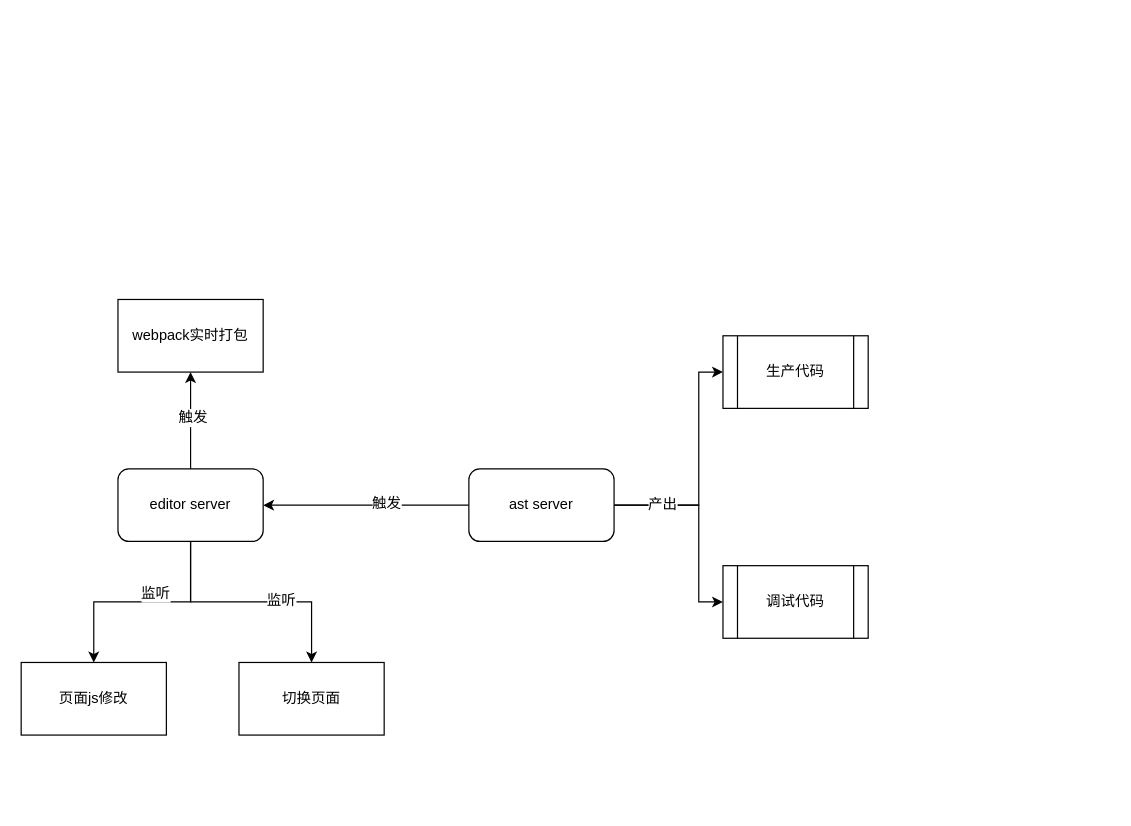
Above: lowcode-flow.drawio in lokewei/draw.io (draw.io), before the change. Source tidied: cells renumbered, new cells numbered last; positions are measured from the earlier drawing's top-left corner, leaving out a move shared by most shapes. Both pictures are drawn from the tidied source at 121%, with x=0, y=0 at pixel (21, 299).
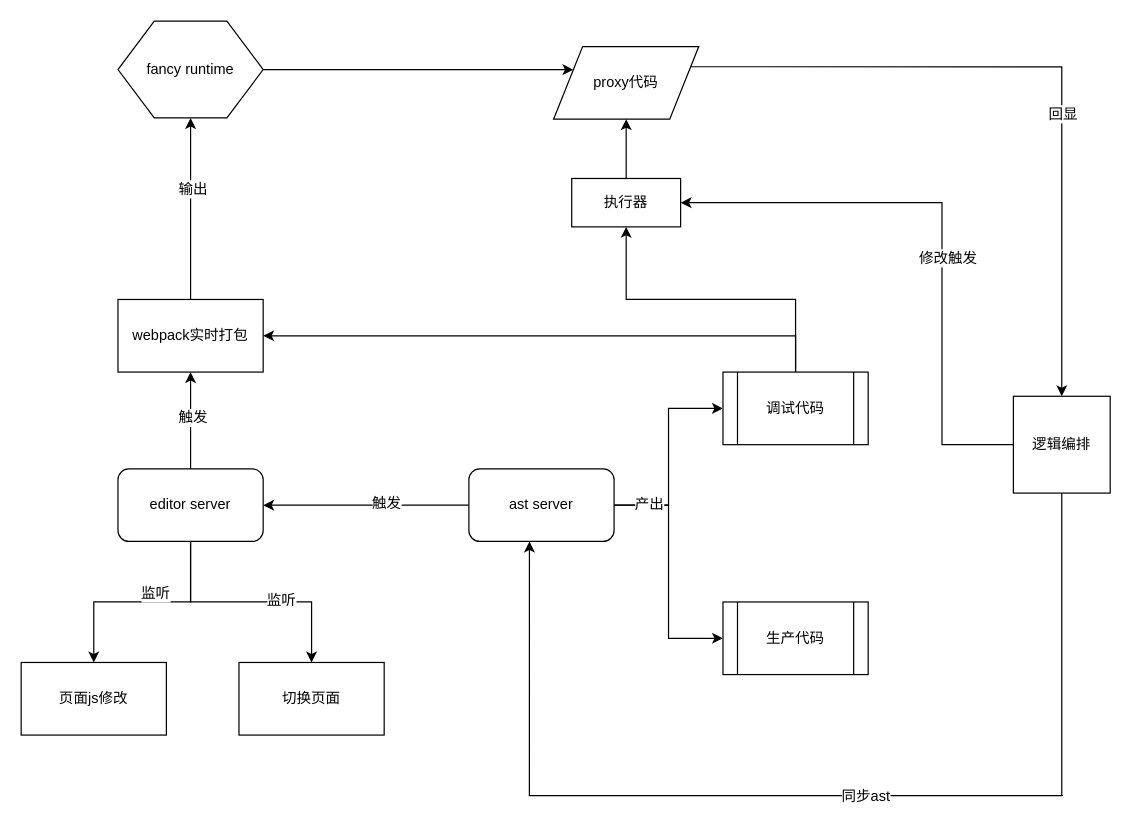
Above is the later version.

The change refers to these unchanged cells:
```xml
<mxCell id="2" value="webpack实时打包" style="rounded=0;whiteSpace=wrap;html=1;" parent="1" vertex="1">
  <mxGeometry x="80" width="120" height="60" as="geometry" />
</mxCell>
<mxCell id="17" value="ast server" style="rounded=1;whiteSpace=wrap;html=1;" parent="1" vertex="1">
  <mxGeometry x="370" y="140" width="120" height="60" as="geometry" />
</mxCell>
```

The edit, as a diff of the source:
```diff
@@
+    <mxCell id="20" style="edgeStyle=orthogonalEdgeStyle;rounded=0;jettySize=auto;html=1;exitX=0.5;exitY=0;exitDx=0;exitDy=0;entryX=0.5;entryY=1;entryDx=0;entryDy=0;" parent="1" edge="1" source="2" target="25">
+      <mxGeometry relative="1" as="geometry" />
+    </mxCell>
+    <mxCell id="21" value="输出" style="text;html=1;align=center;verticalAlign=middle;labelBackgroundColor=#ffffff;" parent="20" vertex="1">
+      <mxGeometry x="0.22" y="-1" relative="1" as="geometry" />
+    </mxCell>
@@
+    <mxCell id="15" style="edgeStyle=orthogonalEdgeStyle;rounded=0;jettySize=auto;html=1;exitX=1;exitY=0.5;exitDx=0;exitDy=0;entryX=0;entryY=0.5;entryDx=0;entryDy=0;" parent="1" edge="1" source="17" target="19">
+      <mxGeometry relative="1" as="geometry" />
+    </mxCell>
     <mxCell id="14" style="edgeStyle=orthogonalEdgeStyle;rounded=0;jettySize=auto;html=1;exitX=1;exitY=0.5;exitDx=0;exitDy=0;entryX=0;entryY=0.5;entryDx=0;entryDy=0;" parent="1" edge="1" source="17" target="18">
-      <mxGeometry relative="1" as="geometry">
-        <Array as="points">
-          <mxPoint x="560" y="170" />
-          <mxPoint x="560" y="60" />
-        </Array>
-      </mxGeometry>
+      <mxGeometry relative="1" as="geometry" />
     </mxCell>
-    <mxCell id="15" style="edgeStyle=orthogonalEdgeStyle;rounded=0;jettySize=auto;html=1;exitX=1;exitY=0.5;exitDx=0;exitDy=0;entryX=0;entryY=0.5;entryDx=0;entryDy=0;" parent="1" edge="1" source="17" target="19">
-      <mxGeometry relative="1" as="geometry">
-        <Array as="points">
-          <mxPoint x="560" y="170" />
-          <mxPoint x="560" y="250" />
-        </Array>
-      </mxGeometry>
-    </mxCell>
-    <mxCell id="16" value="产出" style="text;html=1;align=center;verticalAlign=middle;labelBackgroundColor=#ffffff;" parent="15" vertex="1">
-      <mxGeometry x="-0.54" y="1" relative="1" as="geometry" />
+    <mxCell id="16" value="产出" style="text;html=1;align=center;verticalAlign=middle;labelBackgroundColor=#ffffff;" parent="14" vertex="1">
+      <mxGeometry x="-0.72" y="1" relative="1" as="geometry" />
     </mxCell>
@@
     <mxCell id="18" value="生产代码" style="shape=process;whiteSpace=wrap;html=1;backgroundOutline=1;" parent="1" vertex="1">
-      <mxGeometry x="580" y="30" width="120" height="60" as="geometry" />
+      <mxGeometry x="580" y="250" width="120" height="60" as="geometry" />
     </mxCell>
+    <mxCell id="22" style="edgeStyle=orthogonalEdgeStyle;rounded=0;jettySize=auto;html=1;exitX=0.5;exitY=0;exitDx=0;exitDy=0;entryX=1;entryY=0.5;entryDx=0;entryDy=0;" parent="1" edge="1" source="19" target="2">
+      <mxGeometry relative="1" as="geometry" />
+    </mxCell>
+    <mxCell id="23" style="edgeStyle=orthogonalEdgeStyle;rounded=0;jettySize=auto;html=1;exitX=0.5;exitY=0;exitDx=0;exitDy=0;entryX=0.5;entryY=1;entryDx=0;entryDy=0;" parent="1" edge="1" source="19" target="35">
+      <mxGeometry relative="1" as="geometry" />
+    </mxCell>
     <mxCell id="19" value="调试代码" style="shape=process;whiteSpace=wrap;html=1;backgroundOutline=1;" parent="1" vertex="1">
-      <mxGeometry x="580" y="220" width="120" height="60" as="geometry" />
+      <mxGeometry x="580" y="60" width="120" height="60" as="geometry" />
     </mxCell>
+    <mxCell id="24" style="edgeStyle=orthogonalEdgeStyle;rounded=0;jettySize=auto;html=1;exitX=1;exitY=0.5;exitDx=0;exitDy=0;entryX=0;entryY=0.25;entryDx=0;entryDy=0;" parent="1" edge="1" source="25" target="28">
+      <mxGeometry relative="1" as="geometry" />
+    </mxCell>
+    <mxCell id="25" value="fancy runtime" style="shape=hexagon;perimeter=hexagonPerimeter2;whiteSpace=wrap;html=1;" parent="1" vertex="1">
+      <mxGeometry x="80" y="-230" width="120" height="80" as="geometry" />
+    </mxCell>
+    <mxCell id="26" style="edgeStyle=orthogonalEdgeStyle;rounded=0;jettySize=auto;html=1;exitX=1;exitY=0.25;exitDx=0;exitDy=0;entryX=0.5;entryY=0;entryDx=0;entryDy=0;" parent="1" edge="1" source="28" target="33">
+      <mxGeometry relative="1" as="geometry" />
+    </mxCell>
+    <mxCell id="27" value="回显" style="text;html=1;align=center;verticalAlign=middle;labelBackgroundColor=#ffffff;" parent="26" vertex="1">
+      <mxGeometry x="0.06" y="-38" relative="1" as="geometry">
+        <mxPoint x="38" y="38" as="offset" />
+      </mxGeometry>
+    </mxCell>
+    <mxCell id="28" value="proxy代码" style="shape=parallelogram;perimeter=parallelogramPerimeter;whiteSpace=wrap;html=1;" parent="1" vertex="1">
+      <mxGeometry x="440" y="-209" width="120" height="60" as="geometry" />
+    </mxCell>
+    <mxCell id="29" style="edgeStyle=orthogonalEdgeStyle;rounded=0;jettySize=auto;html=1;exitX=0.5;exitY=1;exitDx=0;exitDy=0;entryX=0.417;entryY=1;entryDx=0;entryDy=0;entryPerimeter=0;" parent="1" edge="1" source="33" target="17">
+      <mxGeometry relative="1" as="geometry">
+        <Array as="points">
+          <mxPoint x="861" y="410" />
+          <mxPoint x="421" y="410" />
+        </Array>
+      </mxGeometry>
+    </mxCell>
+    <mxCell id="30" value="同步ast" style="text;html=1;align=center;verticalAlign=middle;labelBackgroundColor=#ffffff;" parent="29" vertex="1">
+      <mxGeometry x="-0.08" relative="1" as="geometry" />
+    </mxCell>
+    <mxCell id="31" style="edgeStyle=orthogonalEdgeStyle;rounded=0;jettySize=auto;html=1;exitX=0;exitY=0.5;exitDx=0;exitDy=0;entryX=1;entryY=0.5;entryDx=0;entryDy=0;" parent="1" edge="1" source="33" target="35">
+      <mxGeometry relative="1" as="geometry">
+        <Array as="points">
+          <mxPoint x="761" y="120" />
+          <mxPoint x="761" y="-80" />
+        </Array>
+      </mxGeometry>
+    </mxCell>
+    <mxCell id="32" value="修改触发" style="text;html=1;align=center;verticalAlign=middle;labelBackgroundColor=#ffffff;" parent="31" vertex="1">
+      <mxGeometry x="-0.1" y="-4" relative="1" as="geometry" />
+    </mxCell>
+    <mxCell id="33" value="逻辑编排" style="whiteSpace=wrap;html=1;" parent="1" vertex="1">
+      <mxGeometry x="820" y="80" width="80" height="80" as="geometry" />
+    </mxCell>
+    <mxCell id="34" style="edgeStyle=orthogonalEdgeStyle;rounded=0;jettySize=auto;html=1;exitX=0.5;exitY=0;exitDx=0;exitDy=0;entryX=0.5;entryY=1;entryDx=0;entryDy=0;" parent="1" edge="1" source="35" target="28">
+      <mxGeometry relative="1" as="geometry" />
+    </mxCell>
+    <mxCell id="35" value="执行器" style="rounded=0;whiteSpace=wrap;html=1;" parent="1" vertex="1">
+      <mxGeometry x="455" y="-100" width="90" height="40" as="geometry" />
+    </mxCell>
```
